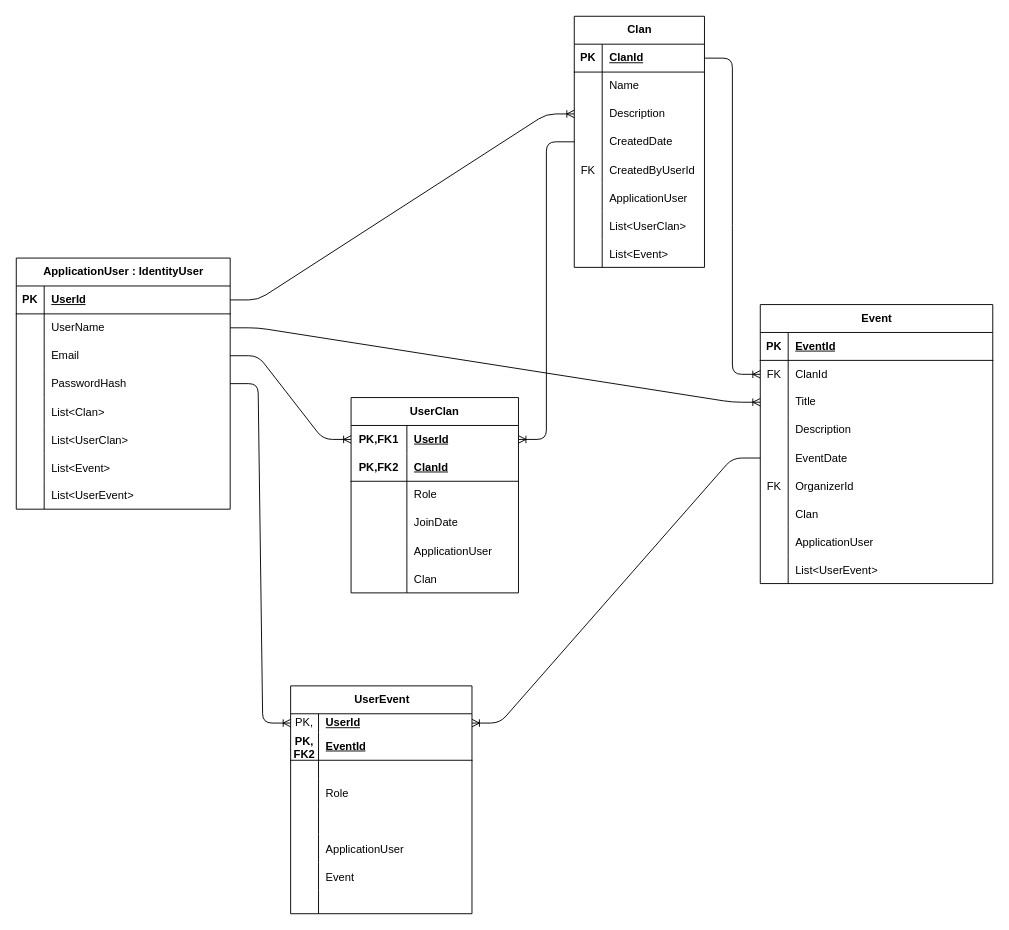
This is FinalProject/v2/Diagram.drawio from RankenTechnicalCollege/awd1115-coursework-HaydenSexton, a draw.io file, before an edit. Source tidied: cells renumbered, new cells numbered last; positions are measured from the earlier drawing's top-left corner, leaving out a move shared by most shapes. Both pictures are drawn from the tidied source at 93%, with x=0, y=0 at pixel (16, 16).
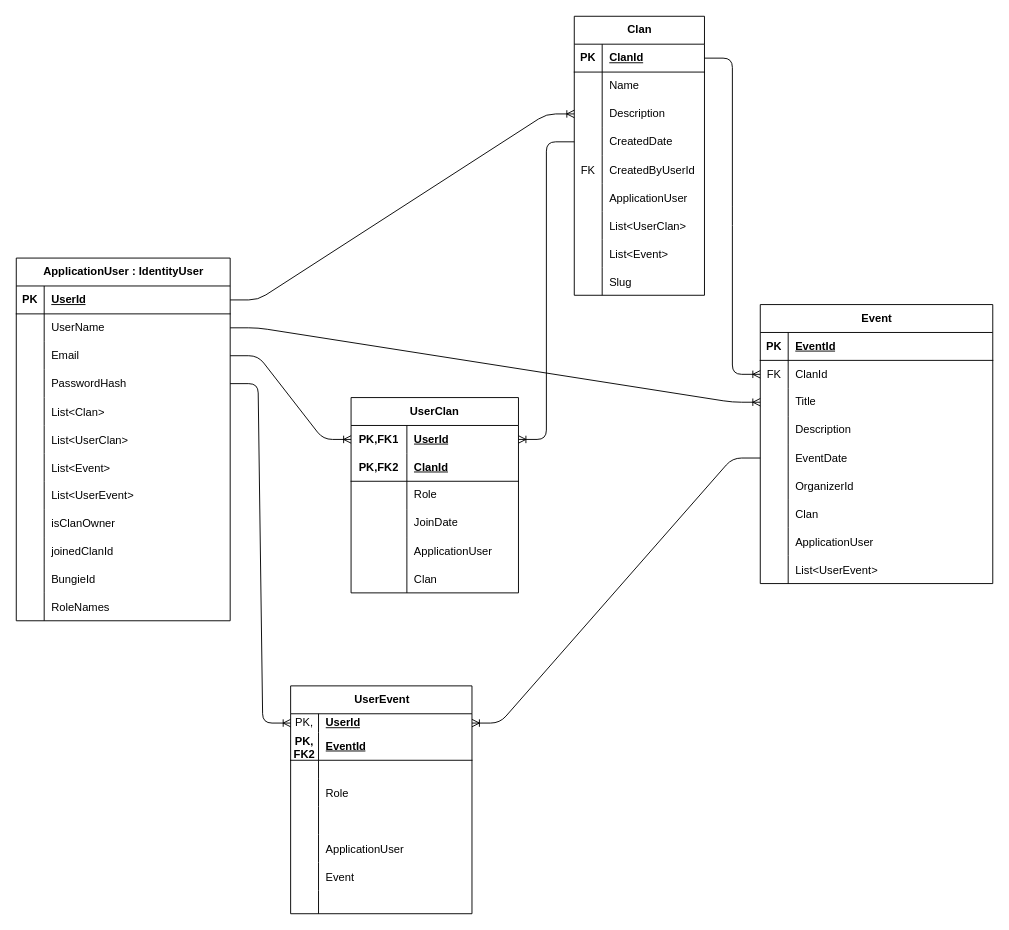
The same diagram, later.

Commit message (it also covers changes not shown here):
FinalProj - MVC routing pattern, active nav bar, cookies, ERD image, custom data validation

Unchanged cells that the change refers to:
```xml
<mxCell id="68" style="shape=tableRow;horizontal=0;startSize=0;swimlaneHead=0;swimlaneBody=0;fillColor=none;top=0;left=0;right=0;bottom=0;" parent="52" vertex="1">
  <mxGeometry y="180" width="250" height="30" as="geometry" />
</mxCell>
```

Diff of the diagram source:
```diff
@@
     <mxCell id="2" value="Clan" style="shape=table;startSize=30;childLayout=tableLayout;rowLines=0;fontStyle=1;align=center;html=1;" parent="1" vertex="1">
-      <mxGeometry x="600" width="140" height="270" as="geometry" />
+      <mxGeometry x="600" width="140" height="300" as="geometry" />
     </mxCell>
@@
+    <mxCell id="131" style="shape=tableRow;horizontal=0;startSize=0;swimlaneHead=0;swimlaneBody=0;fillColor=none;top=0;left=0;right=0;bottom=0;" parent="2" vertex="1">
+      <mxGeometry y="270" width="140" height="30" as="geometry" />
+    </mxCell>
+    <mxCell id="132" style="shape=partialRectangle;fillColor=none;top=0;left=0;bottom=0;right=0;overflow=hidden;" parent="131" vertex="1">
+      <mxGeometry width="30" height="30" as="geometry" />
+    </mxCell>
+    <mxCell id="133" value="Slug" style="shape=partialRectangle;fillColor=none;top=0;left=0;bottom=0;right=0;align=left;spacingLeft=6;overflow=hidden;" parent="131" vertex="1">
+      <mxGeometry x="30" width="110" height="30" as="geometry" />
+    </mxCell>
     <mxCell id="27" value="ApplicationUser : IdentityUser" style="shape=table;startSize=30;childLayout=tableLayout;rowLines=0;fontStyle=1;align=center;html=1;" parent="1" vertex="1">
-      <mxGeometry y="260" width="230" height="270" as="geometry" />
+      <mxGeometry y="260" width="230" height="390" as="geometry" />
     </mxCell>
@@
+    <mxCell id="134" style="shape=tableRow;horizontal=0;startSize=0;swimlaneHead=0;swimlaneBody=0;fillColor=none;top=0;left=0;right=0;bottom=0;" parent="27" vertex="1">
+      <mxGeometry y="270" width="230" height="30" as="geometry" />
+    </mxCell>
+    <mxCell id="135" style="shape=partialRectangle;fillColor=none;top=0;left=0;bottom=0;right=0;overflow=hidden;" parent="134" vertex="1">
+      <mxGeometry width="30" height="30" as="geometry" />
+    </mxCell>
+    <mxCell id="136" value="isClanOwner" style="shape=partialRectangle;fillColor=none;top=0;left=0;bottom=0;right=0;align=left;spacingLeft=6;overflow=hidden;" parent="134" vertex="1">
+      <mxGeometry x="30" width="200" height="30" as="geometry" />
+    </mxCell>
+    <mxCell id="137" style="shape=tableRow;horizontal=0;startSize=0;swimlaneHead=0;swimlaneBody=0;fillColor=none;top=0;left=0;right=0;bottom=0;" parent="27" vertex="1">
+      <mxGeometry y="300" width="230" height="30" as="geometry" />
+    </mxCell>
+    <mxCell id="138" style="shape=partialRectangle;fillColor=none;top=0;left=0;bottom=0;right=0;overflow=hidden;" parent="137" vertex="1">
+      <mxGeometry width="30" height="30" as="geometry" />
+    </mxCell>
+    <mxCell id="139" value="joinedClanId" style="shape=partialRectangle;fillColor=none;top=0;left=0;bottom=0;right=0;align=left;spacingLeft=6;overflow=hidden;" parent="137" vertex="1">
+      <mxGeometry x="30" width="200" height="30" as="geometry" />
+    </mxCell>
+    <mxCell id="140" style="shape=tableRow;horizontal=0;startSize=0;swimlaneHead=0;swimlaneBody=0;fillColor=none;top=0;left=0;right=0;bottom=0;" parent="27" vertex="1">
+      <mxGeometry y="330" width="230" height="30" as="geometry" />
+    </mxCell>
+    <mxCell id="141" style="shape=partialRectangle;fillColor=none;top=0;left=0;bottom=0;right=0;overflow=hidden;" parent="140" vertex="1">
+      <mxGeometry width="30" height="30" as="geometry" />
+    </mxCell>
+    <mxCell id="142" value="BungieId" style="shape=partialRectangle;fillColor=none;top=0;left=0;bottom=0;right=0;align=left;spacingLeft=6;overflow=hidden;" parent="140" vertex="1">
+      <mxGeometry x="30" width="200" height="30" as="geometry" />
+    </mxCell>
+    <mxCell id="143" style="shape=tableRow;horizontal=0;startSize=0;swimlaneHead=0;swimlaneBody=0;fillColor=none;top=0;left=0;right=0;bottom=0;" parent="27" vertex="1">
+      <mxGeometry y="360" width="230" height="30" as="geometry" />
+    </mxCell>
+    <mxCell id="144" style="shape=partialRectangle;fillColor=none;top=0;left=0;bottom=0;right=0;overflow=hidden;" parent="143" vertex="1">
+      <mxGeometry width="30" height="30" as="geometry" />
+    </mxCell>
+    <mxCell id="145" value="RoleNames" style="shape=partialRectangle;fillColor=none;top=0;left=0;bottom=0;right=0;align=left;spacingLeft=6;overflow=hidden;" parent="143" vertex="1">
+      <mxGeometry x="30" width="200" height="30" as="geometry" />
+    </mxCell>
@@
-    <mxCell id="69" value="FK" style="shape=partialRectangle;fillColor=none;top=0;left=0;bottom=0;right=0;overflow=hidden;" parent="68" vertex="1">
+    <mxCell id="69" style="shape=partialRectangle;fillColor=none;top=0;left=0;bottom=0;right=0;overflow=hidden;" parent="68" vertex="1">
       <mxGeometry width="30" height="30" as="geometry" />
     </mxCell>
```
